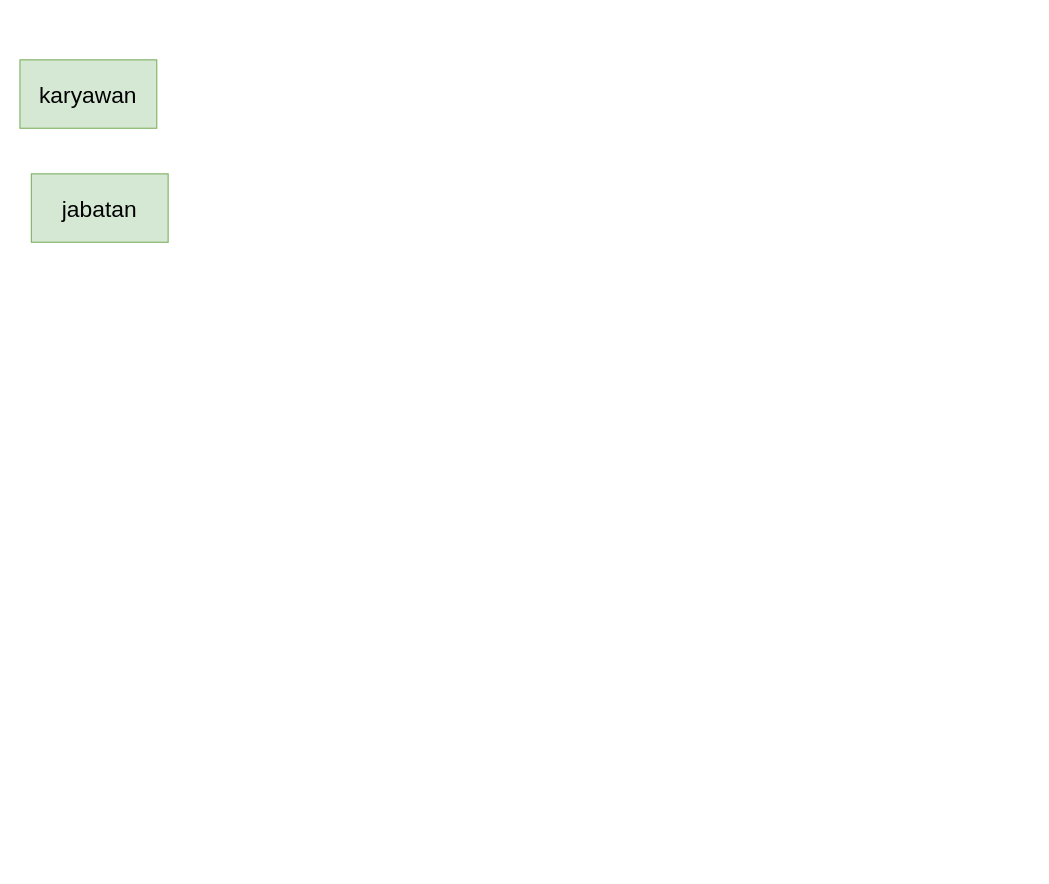
The draw.io diagram DFD Sistem Informasi Penggajian/ERD/ERD.drawio in rshby/Belajar_Sertifikasi_System_Analist, before the edit. Source tidied: cells renumbered, new cells numbered last; positions are measured from the earlier drawing's top-left corner, leaving out a move shared by most shapes. Both pictures are drawn from the tidied source at 114%, with x=0, y=0 at pixel (19, 59).
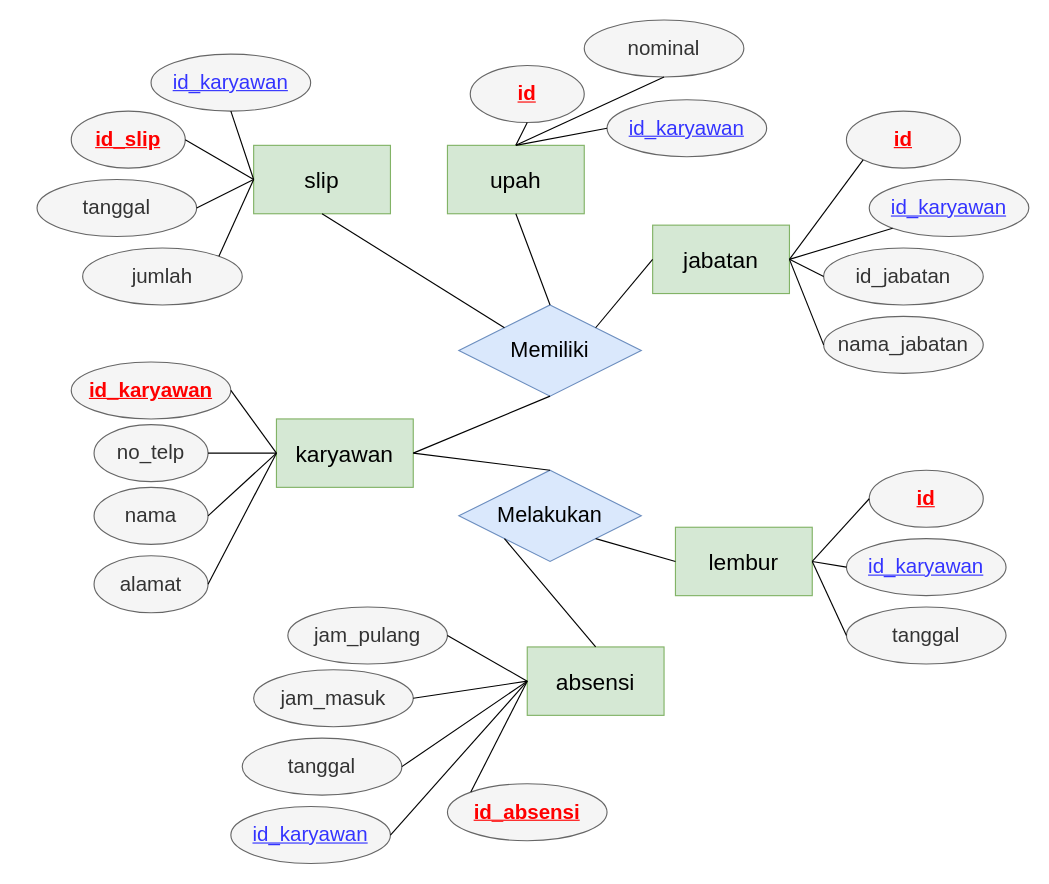
The same page after the edit.

What changed in the source:
```diff
@@
     <mxCell id="2" value="&lt;font style=&quot;font-size: 20px&quot;&gt;karyawan&lt;/font&gt;" style="rounded=0;whiteSpace=wrap;html=1;fillColor=#d5e8d4;strokeColor=#82b366;" parent="1" vertex="1">
-      <mxGeometry width="120" height="60" as="geometry" />
+      <mxGeometry x="225" y="315" width="120" height="60" as="geometry" />
     </mxCell>
     <mxCell id="3" value="&lt;font style=&quot;font-size: 20px&quot;&gt;jabatan&lt;/font&gt;" style="rounded=0;whiteSpace=wrap;html=1;fillColor=#d5e8d4;strokeColor=#82b366;" parent="1" vertex="1">
-      <mxGeometry x="10" y="100" width="120" height="60" as="geometry" />
+      <mxGeometry x="555" y="145" width="120" height="60" as="geometry" />
     </mxCell>
+    <mxCell id="4" value="&lt;font style=&quot;font-size: 20px&quot;&gt;upah&lt;/font&gt;" style="rounded=0;whiteSpace=wrap;html=1;fillColor=#d5e8d4;strokeColor=#82b366;" parent="1" vertex="1">
+      <mxGeometry x="375" y="75" width="120" height="60" as="geometry" />
+    </mxCell>
+    <mxCell id="5" value="&lt;font style=&quot;font-size: 20px&quot;&gt;absensi&lt;/font&gt;" style="rounded=0;whiteSpace=wrap;html=1;fillColor=#d5e8d4;strokeColor=#82b366;" parent="1" vertex="1">
+      <mxGeometry x="445" y="515" width="120" height="60" as="geometry" />
+    </mxCell>
+    <mxCell id="6" value="&lt;font style=&quot;font-size: 20px&quot;&gt;lembur&lt;/font&gt;" style="rounded=0;whiteSpace=wrap;html=1;fillColor=#d5e8d4;strokeColor=#82b366;" parent="1" vertex="1">
+      <mxGeometry x="575" y="410" width="120" height="60" as="geometry" />
+    </mxCell>
+    <mxCell id="7" value="&lt;font style=&quot;font-size: 20px&quot;&gt;slip&lt;/font&gt;" style="rounded=0;whiteSpace=wrap;html=1;fillColor=#d5e8d4;strokeColor=#82b366;" parent="1" vertex="1">
+      <mxGeometry x="205" y="75" width="120" height="60" as="geometry" />
+    </mxCell>
+    <mxCell id="8" value="&lt;font style=&quot;font-size: 18px&quot;&gt;nama&lt;/font&gt;" style="ellipse;whiteSpace=wrap;html=1;fillColor=#f5f5f5;strokeColor=#666666;fontColor=#333333;" parent="1" vertex="1">
+      <mxGeometry x="65" y="375" width="100" height="50" as="geometry" />
+    </mxCell>
+    <mxCell id="9" value="&lt;font style=&quot;font-size: 18px&quot; color=&quot;#ff0000&quot;&gt;&lt;u&gt;&lt;b&gt;id_karyawan&lt;/b&gt;&lt;/u&gt;&lt;/font&gt;" style="ellipse;whiteSpace=wrap;html=1;fillColor=#f5f5f5;strokeColor=#666666;fontColor=#333333;" parent="1" vertex="1">
+      <mxGeometry x="45" y="265" width="140" height="50" as="geometry" />
+    </mxCell>
+    <mxCell id="10" value="&lt;font style=&quot;font-size: 18px&quot;&gt;alamat&lt;/font&gt;" style="ellipse;whiteSpace=wrap;html=1;fillColor=#f5f5f5;strokeColor=#666666;fontColor=#333333;" parent="1" vertex="1">
+      <mxGeometry x="65" y="435" width="100" height="50" as="geometry" />
+    </mxCell>
+    <mxCell id="11" value="&lt;font style=&quot;font-size: 18px&quot;&gt;no_telp&lt;/font&gt;" style="ellipse;whiteSpace=wrap;html=1;fillColor=#f5f5f5;strokeColor=#666666;fontColor=#333333;" parent="1" vertex="1">
+      <mxGeometry x="65" y="320" width="100" height="50" as="geometry" />
+    </mxCell>
+    <mxCell id="12" style="endArrow=none;html=1;exitX=1;exitY=0.5;exitDx=0;exitDy=0;entryX=0;entryY=0.5;entryDx=0;entryDy=0;" parent="1" edge="1" source="11" target="2">
+      <mxGeometry relative="1" as="geometry" />
+    </mxCell>
+    <mxCell id="13" style="endArrow=none;html=1;exitX=1;exitY=0.5;exitDx=0;exitDy=0;entryX=0;entryY=0.5;entryDx=0;entryDy=0;" parent="1" edge="1" source="9" target="2">
+      <mxGeometry relative="1" as="geometry" />
+    </mxCell>
+    <mxCell id="14" style="endArrow=none;html=1;exitX=0;exitY=0.5;exitDx=0;exitDy=0;entryX=1;entryY=0.5;entryDx=0;entryDy=0;" parent="1" edge="1" source="2" target="8">
+      <mxGeometry relative="1" as="geometry" />
+    </mxCell>
+    <mxCell id="15" style="endArrow=none;html=1;exitX=0;exitY=0.5;exitDx=0;exitDy=0;entryX=1;entryY=0.5;entryDx=0;entryDy=0;" parent="1" edge="1" source="2" target="10">
+      <mxGeometry relative="1" as="geometry" />
+    </mxCell>
+    <mxCell id="16" value="&lt;font style=&quot;font-size: 18px&quot; color=&quot;#ff0000&quot;&gt;&lt;u&gt;&lt;b&gt;id&lt;/b&gt;&lt;/u&gt;&lt;/font&gt;" style="ellipse;whiteSpace=wrap;html=1;fillColor=#f5f5f5;strokeColor=#666666;fontColor=#333333;" parent="1" vertex="1">
+      <mxGeometry x="725" y="45" width="100" height="50" as="geometry" />
+    </mxCell>
+    <mxCell id="17" value="&lt;font style=&quot;font-size: 18px&quot; color=&quot;#3333ff&quot;&gt;&lt;u&gt;id_karyawan&lt;/u&gt;&lt;/font&gt;" style="ellipse;whiteSpace=wrap;html=1;fillColor=#f5f5f5;strokeColor=#666666;fontColor=#333333;" parent="1" vertex="1">
+      <mxGeometry x="745" y="105" width="140" height="50" as="geometry" />
+    </mxCell>
+    <mxCell id="18" value="&lt;font style=&quot;font-size: 18px&quot;&gt;nama_jabatan&lt;/font&gt;" style="ellipse;whiteSpace=wrap;html=1;fillColor=#f5f5f5;strokeColor=#666666;fontColor=#333333;" parent="1" vertex="1">
+      <mxGeometry x="705" y="225" width="140" height="50" as="geometry" />
+    </mxCell>
+    <mxCell id="19" value="&lt;font style=&quot;font-size: 18px&quot;&gt;id_jabatan&lt;/font&gt;" style="ellipse;whiteSpace=wrap;html=1;fillColor=#f5f5f5;strokeColor=#666666;fontColor=#333333;" parent="1" vertex="1">
+      <mxGeometry x="705" y="165" width="140" height="50" as="geometry" />
+    </mxCell>
+    <mxCell id="20" style="endArrow=none;html=1;exitX=0;exitY=1;exitDx=0;exitDy=0;entryX=1;entryY=0.5;entryDx=0;entryDy=0;" parent="1" edge="1" source="16" target="3">
+      <mxGeometry relative="1" as="geometry" />
+    </mxCell>
+    <mxCell id="21" style="endArrow=none;html=1;entryX=0;entryY=1;entryDx=0;entryDy=0;" parent="1" edge="1" target="17">
+      <mxGeometry relative="1" as="geometry">
+        <mxPoint x="675" y="175" as="sourcePoint" />
+      </mxGeometry>
+    </mxCell>
+    <mxCell id="22" style="endArrow=none;html=1;entryX=0;entryY=0.5;entryDx=0;entryDy=0;exitX=1;exitY=0.5;exitDx=0;exitDy=0;" parent="1" edge="1" source="3" target="18">
+      <mxGeometry relative="1" as="geometry" />
+    </mxCell>
+    <mxCell id="23" style="endArrow=none;html=1;entryX=0;entryY=0.5;entryDx=0;entryDy=0;exitX=1;exitY=0.5;exitDx=0;exitDy=0;" parent="1" edge="1" source="3" target="19">
+      <mxGeometry relative="1" as="geometry" />
+    </mxCell>
+    <mxCell id="24" value="&lt;font style=&quot;font-size: 19px&quot;&gt;Memiliki&lt;/font&gt;" style="rhombus;whiteSpace=wrap;html=1;fillColor=#dae8fc;strokeColor=#6c8ebf;" parent="1" vertex="1">
+      <mxGeometry x="385" y="215" width="160" height="80" as="geometry" />
+    </mxCell>
+    <mxCell id="25" value="&lt;font style=&quot;font-size: 19px&quot;&gt;Melakukan&lt;/font&gt;" style="rhombus;whiteSpace=wrap;html=1;fillColor=#dae8fc;strokeColor=#6c8ebf;" parent="1" vertex="1">
+      <mxGeometry x="385" y="360" width="160" height="80" as="geometry" />
+    </mxCell>
+    <mxCell id="26" value="&lt;font style=&quot;font-size: 18px&quot; color=&quot;#ff0000&quot;&gt;&lt;u&gt;&lt;b&gt;id&lt;/b&gt;&lt;/u&gt;&lt;/font&gt;" style="ellipse;whiteSpace=wrap;html=1;fillColor=#f5f5f5;strokeColor=#666666;fontColor=#333333;" parent="1" vertex="1">
+      <mxGeometry x="395" y="5" width="100" height="50" as="geometry" />
+    </mxCell>
+    <mxCell id="27" value="&lt;font style=&quot;font-size: 18px&quot; color=&quot;#3333ff&quot;&gt;&lt;u&gt;id_karyawan&lt;/u&gt;&lt;/font&gt;" style="ellipse;whiteSpace=wrap;html=1;fillColor=#f5f5f5;strokeColor=#666666;fontColor=#333333;" parent="1" vertex="1">
+      <mxGeometry x="515" y="35" width="140" height="50" as="geometry" />
+    </mxCell>
+    <mxCell id="28" value="&lt;font style=&quot;font-size: 18px&quot;&gt;nominal&lt;/font&gt;" style="ellipse;whiteSpace=wrap;html=1;fillColor=#f5f5f5;strokeColor=#666666;fontColor=#333333;" parent="1" vertex="1">
+      <mxGeometry x="495" y="-35" width="140" height="50" as="geometry" />
+    </mxCell>
+    <mxCell id="29" value="&lt;font style=&quot;font-size: 18px&quot; color=&quot;#ff0000&quot;&gt;&lt;u&gt;&lt;b&gt;id_slip&lt;/b&gt;&lt;/u&gt;&lt;/font&gt;" style="ellipse;whiteSpace=wrap;html=1;fillColor=#f5f5f5;strokeColor=#666666;fontColor=#333333;" parent="1" vertex="1">
+      <mxGeometry x="45" y="45" width="100" height="50" as="geometry" />
+    </mxCell>
+    <mxCell id="30" value="&lt;font style=&quot;font-size: 18px&quot; color=&quot;#3333ff&quot;&gt;&lt;u&gt;id_karyawan&lt;/u&gt;&lt;/font&gt;" style="ellipse;whiteSpace=wrap;html=1;fillColor=#f5f5f5;strokeColor=#666666;fontColor=#333333;" parent="1" vertex="1">
+      <mxGeometry x="115" y="-5" width="140" height="50" as="geometry" />
+    </mxCell>
+    <mxCell id="31" value="&lt;font style=&quot;font-size: 18px&quot;&gt;jumlah&lt;/font&gt;" style="ellipse;whiteSpace=wrap;html=1;fillColor=#f5f5f5;strokeColor=#666666;fontColor=#333333;" parent="1" vertex="1">
+      <mxGeometry x="55" y="165" width="140" height="50" as="geometry" />
+    </mxCell>
+    <mxCell id="32" value="&lt;font style=&quot;font-size: 18px&quot;&gt;tanggal&lt;/font&gt;" style="ellipse;whiteSpace=wrap;html=1;fillColor=#f5f5f5;strokeColor=#666666;fontColor=#333333;" parent="1" vertex="1">
+      <mxGeometry x="15" y="105" width="140" height="50" as="geometry" />
+    </mxCell>
+    <mxCell id="33" style="endArrow=none;html=1;exitX=0.5;exitY=1;exitDx=0;exitDy=0;entryX=0.5;entryY=0;entryDx=0;entryDy=0;" parent="1" edge="1" source="26" target="4">
+      <mxGeometry relative="1" as="geometry" />
+    </mxCell>
+    <mxCell id="34" style="endArrow=none;html=1;exitX=0.5;exitY=0;exitDx=0;exitDy=0;entryX=0.5;entryY=1;entryDx=0;entryDy=0;" parent="1" edge="1" source="4" target="28">
+      <mxGeometry relative="1" as="geometry" />
+    </mxCell>
+    <mxCell id="35" style="endArrow=none;html=1;exitX=0.5;exitY=0;exitDx=0;exitDy=0;entryX=0;entryY=0.5;entryDx=0;entryDy=0;" parent="1" edge="1" source="4" target="27">
+      <mxGeometry relative="1" as="geometry" />
+    </mxCell>
+    <mxCell id="36" style="endArrow=none;html=1;exitX=1;exitY=0;exitDx=0;exitDy=0;entryX=0;entryY=0.5;entryDx=0;entryDy=0;" parent="1" edge="1" source="31" target="7">
+      <mxGeometry relative="1" as="geometry" />
+    </mxCell>
+    <mxCell id="37" style="endArrow=none;html=1;exitX=1;exitY=0.5;exitDx=0;exitDy=0;entryX=0;entryY=0.5;entryDx=0;entryDy=0;" parent="1" edge="1" source="32" target="7">
+      <mxGeometry relative="1" as="geometry" />
+    </mxCell>
+    <mxCell id="38" style="endArrow=none;html=1;exitX=1;exitY=0.5;exitDx=0;exitDy=0;entryX=0;entryY=0.5;entryDx=0;entryDy=0;" parent="1" edge="1" source="29" target="7">
+      <mxGeometry relative="1" as="geometry" />
+    </mxCell>
+    <mxCell id="39" style="endArrow=none;html=1;exitX=0.5;exitY=1;exitDx=0;exitDy=0;entryX=0;entryY=0.5;entryDx=0;entryDy=0;" parent="1" edge="1" source="30" target="7">
+      <mxGeometry relative="1" as="geometry" />
+    </mxCell>
+    <mxCell id="40" value="&lt;font style=&quot;font-size: 18px&quot; color=&quot;#ff0000&quot;&gt;&lt;u&gt;&lt;b&gt;id&lt;/b&gt;&lt;/u&gt;&lt;/font&gt;" style="ellipse;whiteSpace=wrap;html=1;fillColor=#f5f5f5;strokeColor=#666666;fontColor=#333333;" parent="1" vertex="1">
+      <mxGeometry x="745" y="360" width="100" height="50" as="geometry" />
+    </mxCell>
+    <mxCell id="41" value="&lt;font style=&quot;font-size: 18px&quot; color=&quot;#3333ff&quot;&gt;&lt;u&gt;id_karyawan&lt;/u&gt;&lt;/font&gt;" style="ellipse;whiteSpace=wrap;html=1;fillColor=#f5f5f5;strokeColor=#666666;fontColor=#333333;" parent="1" vertex="1">
+      <mxGeometry x="725" y="420" width="140" height="50" as="geometry" />
+    </mxCell>
+    <mxCell id="42" value="&lt;font style=&quot;font-size: 18px&quot;&gt;tanggal&lt;/font&gt;" style="ellipse;whiteSpace=wrap;html=1;fillColor=#f5f5f5;strokeColor=#666666;fontColor=#333333;" parent="1" vertex="1">
+      <mxGeometry x="725" y="480" width="140" height="50" as="geometry" />
+    </mxCell>
+    <mxCell id="43" value="&lt;font style=&quot;font-size: 18px&quot; color=&quot;#ff0000&quot;&gt;&lt;u&gt;&lt;b&gt;id_absensi&lt;/b&gt;&lt;/u&gt;&lt;/font&gt;" style="ellipse;whiteSpace=wrap;html=1;fillColor=#f5f5f5;strokeColor=#666666;fontColor=#333333;" parent="1" vertex="1">
+      <mxGeometry x="375" y="635" width="140" height="50" as="geometry" />
+    </mxCell>
+    <mxCell id="44" value="&lt;font style=&quot;font-size: 18px&quot; color=&quot;#3333ff&quot;&gt;&lt;u&gt;id_karyawan&lt;/u&gt;&lt;/font&gt;" style="ellipse;whiteSpace=wrap;html=1;fillColor=#f5f5f5;strokeColor=#666666;fontColor=#333333;" parent="1" vertex="1">
+      <mxGeometry x="185" y="655" width="140" height="50" as="geometry" />
+    </mxCell>
+    <mxCell id="45" value="&lt;font style=&quot;font-size: 18px&quot;&gt;tanggal&lt;/font&gt;" style="ellipse;whiteSpace=wrap;html=1;fillColor=#f5f5f5;strokeColor=#666666;fontColor=#333333;" parent="1" vertex="1">
+      <mxGeometry x="195" y="595" width="140" height="50" as="geometry" />
+    </mxCell>
+    <mxCell id="46" value="&lt;span style=&quot;font-size: 18px&quot;&gt;jam_masuk&lt;/span&gt;" style="ellipse;whiteSpace=wrap;html=1;fillColor=#f5f5f5;strokeColor=#666666;fontColor=#333333;" parent="1" vertex="1">
+      <mxGeometry x="205" y="535" width="140" height="50" as="geometry" />
+    </mxCell>
+    <mxCell id="47" value="&lt;span style=&quot;font-size: 18px&quot;&gt;jam_pulang&lt;/span&gt;" style="ellipse;whiteSpace=wrap;html=1;fillColor=#f5f5f5;strokeColor=#666666;fontColor=#333333;" parent="1" vertex="1">
+      <mxGeometry x="235" y="480" width="140" height="50" as="geometry" />
+    </mxCell>
+    <mxCell id="48" style="endArrow=none;html=1;exitX=1;exitY=0.5;exitDx=0;exitDy=0;entryX=0.5;entryY=1;entryDx=0;entryDy=0;" parent="1" edge="1" source="2" target="24">
+      <mxGeometry relative="1" as="geometry" />
+    </mxCell>
+    <mxCell id="49" style="endArrow=none;html=1;exitX=1;exitY=0;exitDx=0;exitDy=0;entryX=0;entryY=0.5;entryDx=0;entryDy=0;" parent="1" edge="1" source="24" target="3">
+      <mxGeometry relative="1" as="geometry" />
+    </mxCell>
+    <mxCell id="50" style="endArrow=none;html=1;exitX=0.5;exitY=0;exitDx=0;exitDy=0;exitPerimeter=0;entryX=0.5;entryY=1;entryDx=0;entryDy=0;" parent="1" edge="1" source="24" target="4">
+      <mxGeometry relative="1" as="geometry" />
+    </mxCell>
+    <mxCell id="51" style="endArrow=none;html=1;exitX=0;exitY=0;exitDx=0;exitDy=0;entryX=0.5;entryY=1;entryDx=0;entryDy=0;" parent="1" edge="1" source="24" target="7">
+      <mxGeometry relative="1" as="geometry" />
+    </mxCell>
+    <mxCell id="52" style="endArrow=none;html=1;exitX=1;exitY=0.5;exitDx=0;exitDy=0;entryX=0.5;entryY=0;entryDx=0;entryDy=0;" parent="1" edge="1" source="2" target="25">
+      <mxGeometry relative="1" as="geometry" />
+    </mxCell>
+    <mxCell id="53" style="endArrow=none;html=1;exitX=1;exitY=1;exitDx=0;exitDy=0;entryX=0;entryY=0.5;entryDx=0;entryDy=0;" parent="1" edge="1" source="25" target="6">
+      <mxGeometry relative="1" as="geometry" />
+    </mxCell>
+    <mxCell id="54" style="endArrow=none;html=1;exitX=0;exitY=1;exitDx=0;exitDy=0;entryX=0.5;entryY=0;entryDx=0;entryDy=0;" parent="1" edge="1" source="25" target="5">
+      <mxGeometry relative="1" as="geometry" />
+    </mxCell>
+    <mxCell id="55" style="endArrow=none;html=1;exitX=0;exitY=0.5;exitDx=0;exitDy=0;entryX=1;entryY=0.5;entryDx=0;entryDy=0;" parent="1" edge="1" source="42" target="6">
+      <mxGeometry relative="1" as="geometry" />
+    </mxCell>
+    <mxCell id="56" style="endArrow=none;html=1;exitX=1;exitY=0.5;exitDx=0;exitDy=0;entryX=0;entryY=0.5;entryDx=0;entryDy=0;" parent="1" edge="1" source="6" target="41">
+      <mxGeometry relative="1" as="geometry" />
+    </mxCell>
+    <mxCell id="57" style="endArrow=none;html=1;exitX=1;exitY=0.5;exitDx=0;exitDy=0;entryX=0;entryY=0.5;entryDx=0;entryDy=0;" parent="1" edge="1" source="6" target="40">
+      <mxGeometry relative="1" as="geometry" />
+    </mxCell>
+    <mxCell id="58" style="endArrow=none;html=1;exitX=1;exitY=0.5;exitDx=0;exitDy=0;entryX=0;entryY=0.5;entryDx=0;entryDy=0;" parent="1" edge="1" source="47" target="5">
+      <mxGeometry relative="1" as="geometry" />
+    </mxCell>
+    <mxCell id="59" style="endArrow=none;html=1;exitX=1;exitY=0.5;exitDx=0;exitDy=0;entryX=0;entryY=0.5;entryDx=0;entryDy=0;" parent="1" edge="1" source="46" target="5">
+      <mxGeometry relative="1" as="geometry" />
+    </mxCell>
+    <mxCell id="60" style="endArrow=none;html=1;exitX=1;exitY=0.5;exitDx=0;exitDy=0;entryX=0;entryY=0.5;entryDx=0;entryDy=0;" parent="1" edge="1" source="45" target="5">
+      <mxGeometry relative="1" as="geometry" />
+    </mxCell>
+    <mxCell id="61" style="endArrow=none;html=1;exitX=1;exitY=0.5;exitDx=0;exitDy=0;entryX=0;entryY=0.5;entryDx=0;entryDy=0;" parent="1" edge="1" source="44" target="5">
+      <mxGeometry relative="1" as="geometry" />
+    </mxCell>
+    <mxCell id="62" style="endArrow=none;html=1;exitX=0;exitY=0;exitDx=0;exitDy=0;entryX=0;entryY=0.5;entryDx=0;entryDy=0;" parent="1" edge="1" source="43" target="5">
+      <mxGeometry relative="1" as="geometry" />
+    </mxCell>
```
